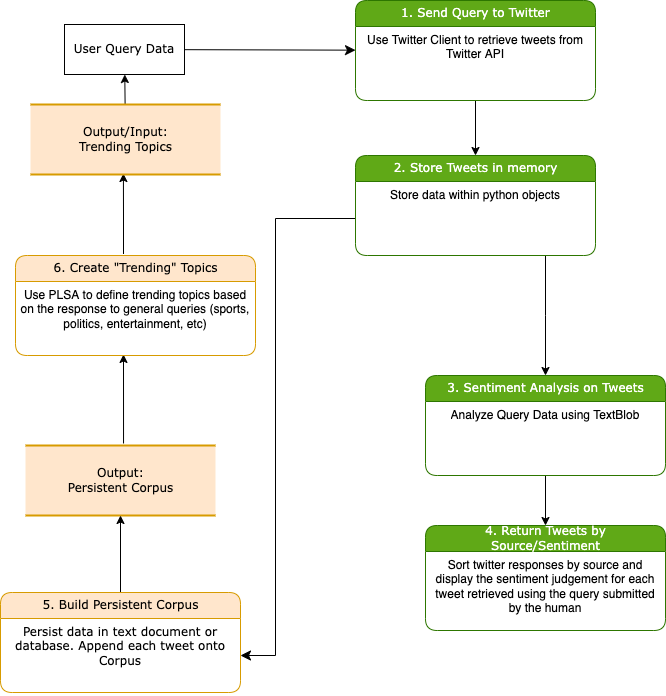
Before: .docs/Process Model.png, a diagram exported from draw.io (PeterWJefferson/CourseProject). Source tidied: cells renumbered, new cells last; positions are measured from the earlier drawing's top-left corner, leaving out a move shared by most shapes.
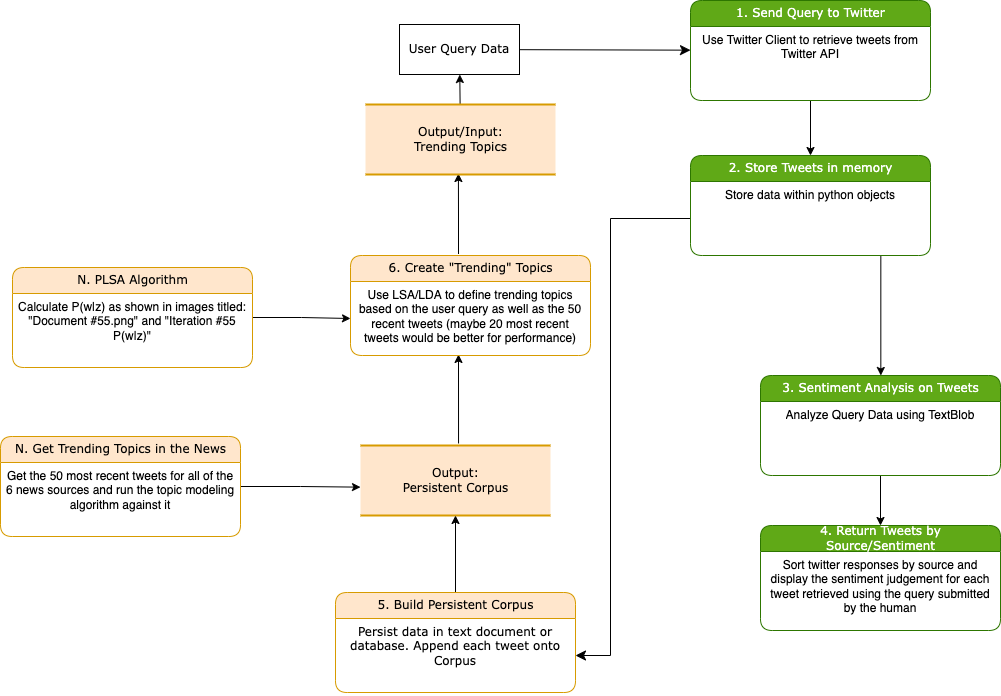
After the commit.

Commit message:
refactor: image examples of p(w|z) for 1 'document'

Change to the diagram source:
```diff
@@ -65,7 +65,7 @@
     <mxCell id="20" value="6. Create &quot;Trending&quot; Topics" style="swimlane;html=1;fontStyle=0;horizontal=1;startSize=26;fillColor=#ffe6cc;swimlaneFillColor=#ffffff;align=center;rounded=1;shadow=0;comic=0;labelBackgroundColor=none;strokeWidth=1;fontFamily=Verdana;fontSize=12;strokeColor=#d79b00;" parent="1" vertex="1">
       <mxGeometry x="15" y="255" width="240" height="100" as="geometry" />
     </mxCell>
-    <mxCell id="21" value="Use PLSA to define trending topics based on the response to general queries (sports, politics, entertainment, etc)" style="text;html=1;strokeColor=none;fillColor=none;spacingLeft=4;spacingRight=4;whiteSpace=wrap;overflow=hidden;points=[[0,0.5],[1,0.5]];portConstraint=eastwest;align=center;" parent="20" vertex="1">
+    <mxCell id="21" value="Use LSA/LDA to define trending topics based on the user query as well as the 50 recent tweets (maybe 20 most recent tweets would be better for performance)" style="text;html=1;strokeColor=none;fillColor=none;spacingLeft=4;spacingRight=4;whiteSpace=wrap;overflow=hidden;points=[[0,0.5],[1,0.5]];portConstraint=eastwest;align=center;" parent="20" vertex="1">
       <mxGeometry y="26" width="240" height="74" as="geometry" />
     </mxCell>
     <mxCell id="22" value="Output/Input:&lt;br&gt;Trending Topics" style="html=1;rounded=0;shadow=0;comic=0;labelBackgroundColor=none;strokeWidth=2;fontFamily=Verdana;fontSize=12;align=center;shape=mxgraph.ios7ui.horLines;fillColor=#ffe6cc;strokeColor=#d79b00;" parent="1" vertex="1">
@@ -80,5 +80,23 @@
     <mxCell id="25" value="&lt;span style=&quot;font-family: &amp;#34;verdana&amp;#34;&quot;&gt;Persist data in text&amp;nbsp;&lt;/span&gt;&lt;span style=&quot;font-family: &amp;#34;verdana&amp;#34;&quot;&gt;document or database. Append each tweet onto Corpus&lt;/span&gt;" style="text;html=1;strokeColor=none;fillColor=none;spacingLeft=4;spacingRight=4;whiteSpace=wrap;overflow=hidden;points=[[0,0.5],[1,0.5]];portConstraint=eastwest;align=center;" parent="24" vertex="1">
       <mxGeometry y="26" width="240" height="74" as="geometry" />
     </mxCell>
+    <mxCell id="26" style="edgeStyle=orthogonalEdgeStyle;html=1;rounded=0;entryX=0;entryY=0.595;entryDx=0;entryDy=0;entryPerimeter=0;" parent="1" edge="1" source="27" target="3">
+      <mxGeometry relative="1" as="geometry" />
+    </mxCell>
+    <mxCell id="27" value="N. Get Trending Topics in the News" style="swimlane;html=1;fontStyle=0;horizontal=1;startSize=26;fillColor=#ffe6cc;swimlaneFillColor=#ffffff;align=center;rounded=1;shadow=0;comic=0;labelBackgroundColor=none;strokeWidth=1;fontFamily=Verdana;fontSize=12;strokeColor=#d79b00;" parent="1" vertex="1">
+      <mxGeometry x="-335" y="436" width="240" height="100" as="geometry" />
+    </mxCell>
+    <mxCell id="28" value="Get the 50 most recent tweets for all of the 6 news sources and run the topic modeling algorithm against it" style="text;html=1;strokeColor=none;fillColor=none;spacingLeft=4;spacingRight=4;whiteSpace=wrap;overflow=hidden;align=center;" parent="27" vertex="1">
+      <mxGeometry y="26" width="240" height="74" as="geometry" />
+    </mxCell>
+    <mxCell id="29" style="edgeStyle=orthogonalEdgeStyle;html=1;rounded=0;" parent="1" edge="1" source="30" target="21">
+      <mxGeometry relative="1" as="geometry" />
+    </mxCell>
+    <mxCell id="30" value="N. PLSA Algorithm" style="swimlane;html=1;fontStyle=0;horizontal=1;startSize=26;fillColor=#ffe6cc;swimlaneFillColor=#ffffff;align=center;rounded=1;shadow=0;comic=0;labelBackgroundColor=none;strokeWidth=1;fontFamily=Verdana;fontSize=12;strokeColor=#d79b00;" parent="1" vertex="1">
+      <mxGeometry x="-323" y="267" width="240" height="100" as="geometry" />
+    </mxCell>
+    <mxCell id="31" value="Calculate P(w|z) as shown in images titled: &quot;Document #55.png&quot; and &quot;Iteration #55 P(w|z)&quot;" style="text;html=1;strokeColor=none;fillColor=none;spacingLeft=4;spacingRight=4;whiteSpace=wrap;overflow=hidden;align=center;" parent="30" vertex="1">
+      <mxGeometry y="26" width="240" height="74" as="geometry" />
+    </mxCell>
   </root>
 </mxGraphModel>
```
